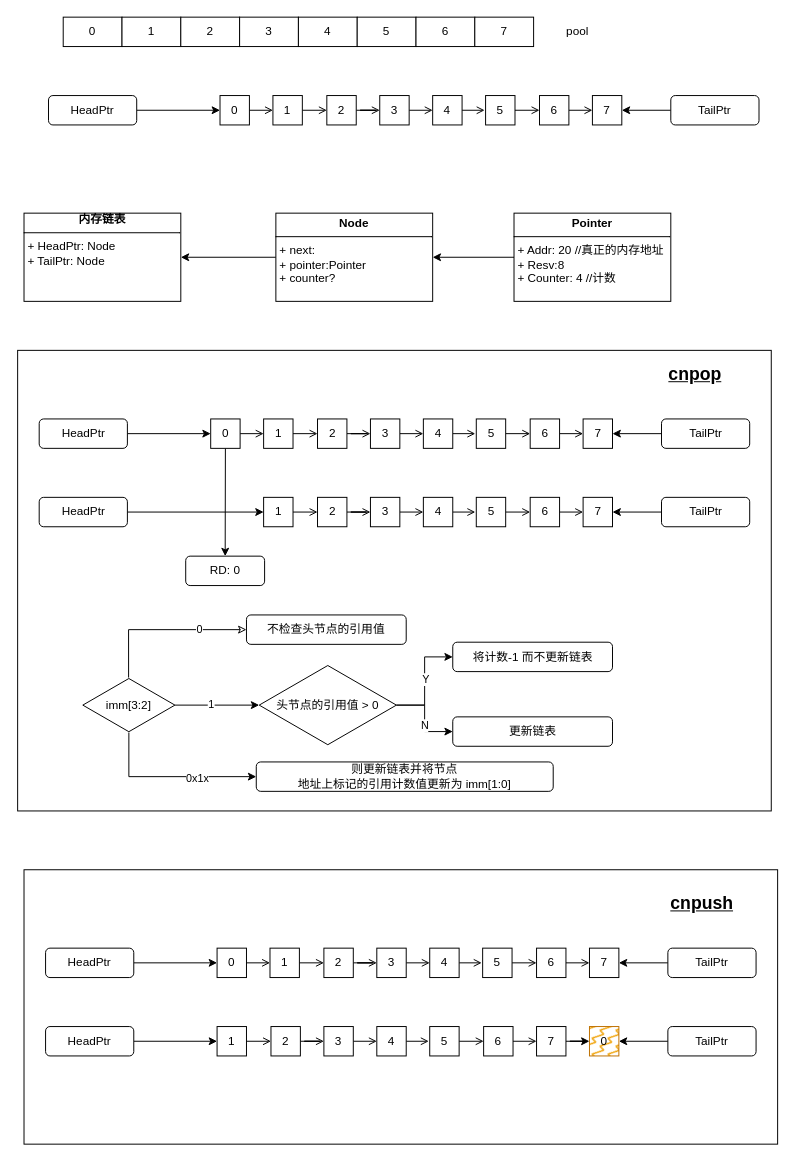
Earlier version of the draw.io diagram page "内存链表" (2 of 4) of qtv2.drawio (joliet0l/Diagram). Source tidied: cells renumbered, new cells numbered last; positions are measured from the earlier drawing's top-left corner, leaving out a move shared by most shapes. Both pictures are drawn from the tidied source at 98%, with x=0, y=0 at pixel (18, 17).
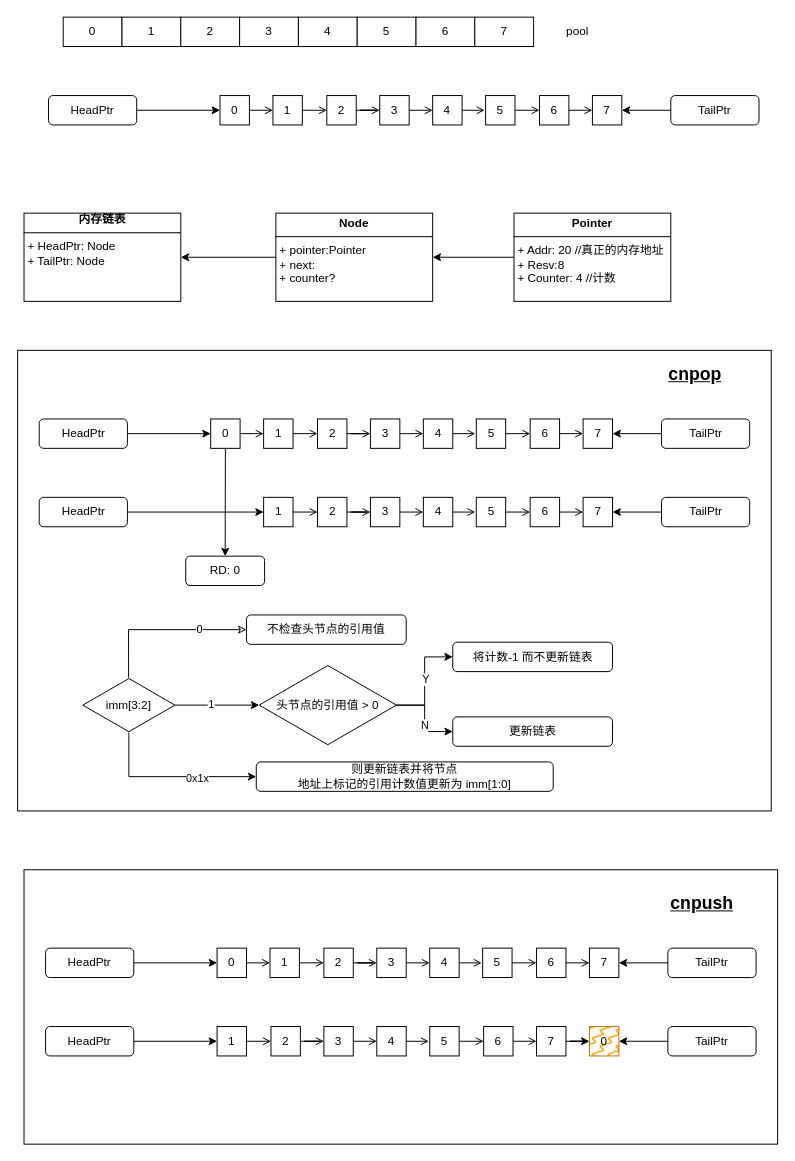
Above is the later version.

What changed in the source:
```diff
@@
-    <mxCell id="35" value="&lt;p style=&quot;margin:0px;margin-top:4px;text-align:center;&quot;&gt;&lt;b&gt;Node&lt;/b&gt;&lt;/p&gt;&lt;hr size=&quot;1&quot; style=&quot;border-style:solid;&quot;&gt;&lt;p style=&quot;margin:0px;margin-left:4px;&quot;&gt;+ next: &lt;br&gt;&lt;/p&gt;&lt;p style=&quot;margin:0px;margin-left:4px;&quot;&gt;+ pointer:Pointer&lt;/p&gt;&lt;p style=&quot;margin:0px;margin-left:4px;&quot;&gt;+ counter?&lt;/p&gt;" style="verticalAlign=top;align=left;overflow=fill;html=1;whiteSpace=wrap;" parent="1" vertex="1">
+    <mxCell id="35" value="&lt;p style=&quot;margin:0px;margin-top:4px;text-align:center;&quot;&gt;&lt;b&gt;Node&lt;/b&gt;&lt;/p&gt;&lt;hr size=&quot;1&quot; style=&quot;border-style:solid;&quot;&gt;&lt;p style=&quot;margin:0px;margin-left:4px;&quot;&gt;+ pointer:Pointer&lt;/p&gt;&lt;p style=&quot;margin:0px;margin-left:4px;&quot;&gt;+ next: &lt;br&gt;&lt;/p&gt;&lt;p style=&quot;margin:0px;margin-left:4px;&quot;&gt;+ counter?&lt;/p&gt;" style="verticalAlign=top;align=left;overflow=fill;html=1;whiteSpace=wrap;" parent="1" vertex="1">
       <mxGeometry x="263" y="200" width="160" height="90" as="geometry" />
     </mxCell>
```
